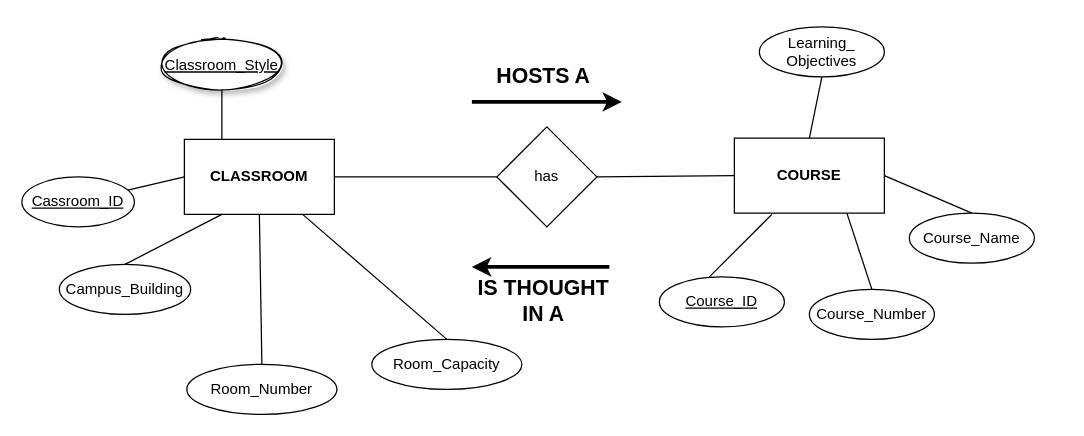
Earlier version of the draw.io diagram class_assesment.drawio (felipediaz/school). Source tidied: cells renumbered, new cells numbered last; positions are measured from the earlier drawing's top-left corner, leaving out a move shared by most shapes. Both pictures are drawn from the tidied source at 125%, with x=0, y=0 at pixel (21, 26).
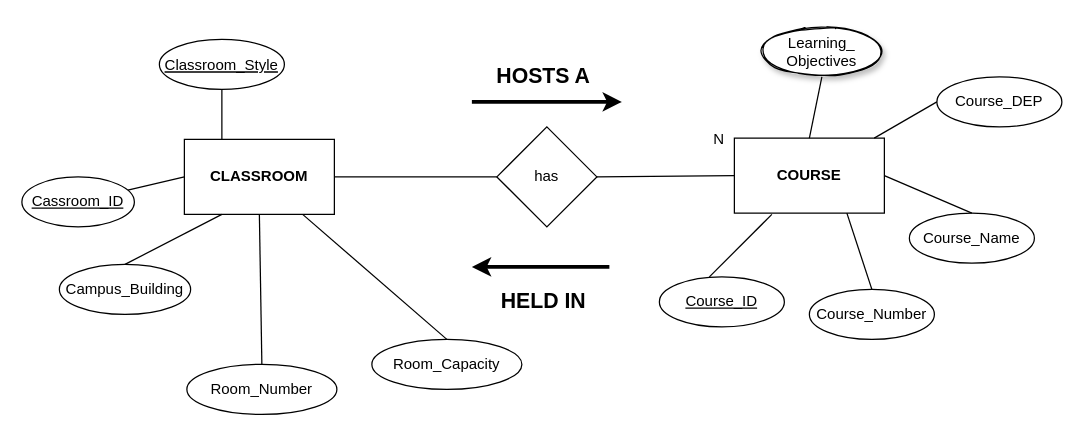
Above is the later version.

The change refers to these unchanged cells:
```xml
<mxCell id="3" value="COURSE" style="rounded=0;whiteSpace=wrap;html=1;fontStyle=1;" parent="1" vertex="1">
  <mxGeometry x="570" y="89" width="120" height="60" as="geometry" />
</mxCell>
```

Diff of the diagram source:
```diff
@@
-    <mxCell id="10" value="Classroom_Style" style="ellipse;align=center;fontStyle=4;sketch=1;shadow=1;" parent="1" vertex="1">
+    <mxCell id="10" value="Classroom_Style" style="ellipse;align=center;fontStyle=4;sketch=0;shadow=0;" parent="1" vertex="1">
       <mxGeometry x="110" y="10" width="100" height="40" as="geometry" />
     </mxCell>
@@
-    <mxCell id="20" value="IS THOUGHT &lt;br&gt;IN A" style="text;html=1;strokeColor=none;fillColor=none;align=center;verticalAlign=middle;whiteSpace=wrap;rounded=0;fontStyle=1;fontSize=17;" parent="1" vertex="1">
+    <mxCell id="20" value="HELD IN" style="text;html=1;strokeColor=none;fillColor=none;align=center;verticalAlign=middle;whiteSpace=wrap;rounded=0;fontStyle=1;fontSize=17;" parent="1" vertex="1">
       <mxGeometry x="345" y="210" width="145" height="20" as="geometry" />
     </mxCell>
@@
-    <mxCell id="26" value="&lt;div&gt;Learning_&lt;/div&gt;&lt;div&gt;Objectives&lt;/div&gt;" style="ellipse;whiteSpace=wrap;html=1;align=center;fontSize=12;shadow=0;sketch=0;" parent="1" vertex="1">
+    <mxCell id="26" value="&lt;div&gt;Learning_&lt;/div&gt;&lt;div&gt;Objectives&lt;/div&gt;" style="ellipse;whiteSpace=wrap;html=1;align=center;fontSize=12;shadow=1;sketch=1;" parent="1" vertex="1">
       <mxGeometry x="590" width="100" height="40" as="geometry" />
     </mxCell>
@@
+    <mxCell id="29" value="N" style="text;html=1;strokeColor=none;fillColor=none;align=center;verticalAlign=middle;whiteSpace=wrap;rounded=0;shadow=0;sketch=0;fontSize=12;" parent="1" vertex="1">
+      <mxGeometry x="538" y="80" width="40" height="20" as="geometry" />
+    </mxCell>
+    <mxCell id="30" value="Course_DEP" style="ellipse;whiteSpace=wrap;html=1;align=center;fontSize=12;" parent="1" vertex="1">
+      <mxGeometry x="732" y="40" width="100" height="40" as="geometry" />
+    </mxCell>
+    <mxCell id="31" style="endArrow=none;html=1;strokeWidth=1;fontSize=12;entryX=0;entryY=0.5;entryDx=0;entryDy=0;" parent="1" edge="1" source="3" target="30">
+      <mxGeometry relative="1" as="geometry" />
+    </mxCell>
```
